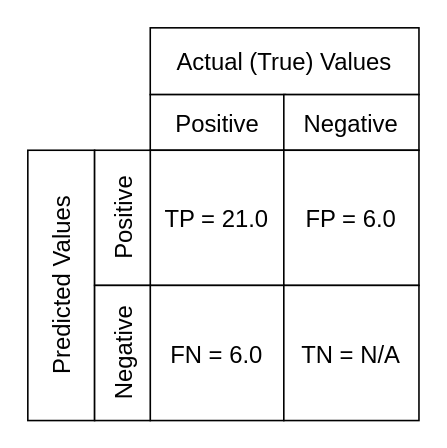
Before: Book/estructuras/matriz-confusion.drawio in Marquez-David/TFG, a draw.io diagram. Source tidied: cells renumbered, new cells numbered last; positions are measured from the earlier drawing's top-left corner, leaving out a move shared by most shapes. Both pictures are drawn from the tidied source at 159%, with x=0, y=0 at pixel (-75, 27).
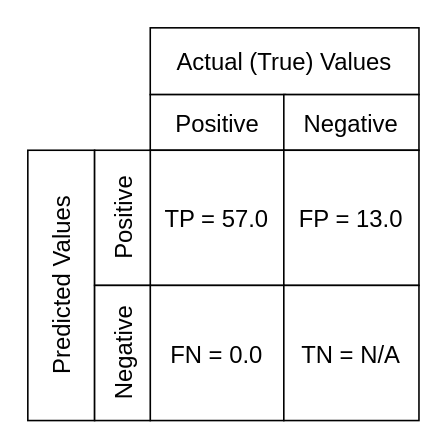
The same page after the edit.

The edit, as a diff of the source:
```diff
@@
 <mxGraphModel>
   <root>
     <mxCell id="0" />
     <mxCell id="1" parent="0" />
     <mxCell id="2" value="&lt;font style=&quot;font-size: 15px&quot;&gt;Actual (True) Values&lt;/font&gt;" style="rounded=0;whiteSpace=wrap;html=1;" parent="1" vertex="1">
       <mxGeometry x="141" width="169" height="42" as="geometry" />
     </mxCell>
     <mxCell id="3" value="&lt;font style=&quot;font-size: 15px&quot;&gt;Positive&lt;/font&gt;" style="rounded=0;whiteSpace=wrap;html=1;" parent="1" vertex="1">
       <mxGeometry x="141" y="42" width="85" height="35" as="geometry" />
     </mxCell>
     <mxCell id="4" value="&lt;font style=&quot;font-size: 15px&quot;&gt;Negative&lt;/font&gt;" style="rounded=0;whiteSpace=wrap;html=1;" parent="1" vertex="1">
       <mxGeometry x="225" y="42" width="85" height="35" as="geometry" />
     </mxCell>
-    <mxCell id="5" value="TP = 21.0" style="rounded=0;whiteSpace=wrap;html=1;fontSize=15;" parent="1" vertex="1">
+    <mxCell id="5" value="TP = 57.0" style="rounded=0;whiteSpace=wrap;html=1;fontSize=15;" parent="1" vertex="1">
       <mxGeometry x="141" y="77" width="84" height="85" as="geometry" />
     </mxCell>
-    <mxCell id="6" value="FP = 6.0" style="rounded=0;whiteSpace=wrap;html=1;fontSize=15;" parent="1" vertex="1">
+    <mxCell id="6" value="FP = 13.0" style="rounded=0;whiteSpace=wrap;html=1;fontSize=15;" parent="1" vertex="1">
       <mxGeometry x="225" y="77" width="85" height="85" as="geometry" />
     </mxCell>
-    <mxCell id="7" value="FN = 6.0" style="rounded=0;whiteSpace=wrap;html=1;fontSize=15;" parent="1" vertex="1">
+    <mxCell id="7" value="FN = 0.0" style="rounded=0;whiteSpace=wrap;html=1;fontSize=15;" parent="1" vertex="1">
       <mxGeometry x="141" y="162" width="84" height="85" as="geometry" />
     </mxCell>
     <mxCell id="8" value="TN = N/A" style="rounded=0;whiteSpace=wrap;html=1;fontSize=15;" parent="1" vertex="1">
       <mxGeometry x="225" y="162" width="85" height="85" as="geometry" />
     </mxCell>
     <mxCell id="9" value="&lt;font style=&quot;font-size: 15px&quot;&gt;Predicted Values&lt;br&gt;&lt;/font&gt;" style="rounded=0;whiteSpace=wrap;html=1;rotation=-90;" parent="1" vertex="1">
       <mxGeometry y="141" width="170" height="42" as="geometry" />
     </mxCell>
     <mxCell id="10" value="&lt;font style=&quot;font-size: 15px&quot;&gt;Positive&lt;/font&gt;" style="rounded=0;whiteSpace=wrap;html=1;rotation=-90;" parent="1" vertex="1">
       <mxGeometry x="81" y="102" width="85" height="35" as="geometry" />
     </mxCell>
     <mxCell id="11" value="&lt;font style=&quot;font-size: 15px&quot;&gt;Negative&lt;/font&gt;" style="rounded=0;whiteSpace=wrap;html=1;rotation=-90;" parent="1" vertex="1">
       <mxGeometry x="81" y="187" width="85" height="35" as="geometry" />
     </mxCell>
   </root>
 </mxGraphModel>
```
